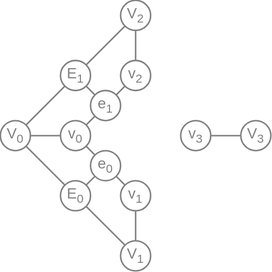
This is wiki/MeshGraphEdgesGraph.svg from YoanWithY/kayo, a draw.io export, as it was before one commit. Source tidied: cells renumbered, new cells last; positions are measured from the earlier drawing's top-left corner, leaving out a move shared by most shapes.
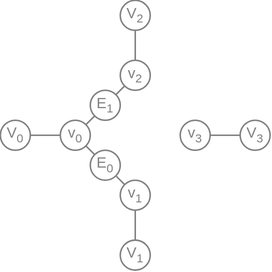
After the commit.

The edit, as a diff of the source:
```diff
@@ -5,13 +5,10 @@
     <mxCell id="2" style="edgeStyle=none;html=1;endArrow=none;endFill=0;strokeColor=#808080;" parent="1" edge="1" source="4" target="6">
       <mxGeometry relative="1" as="geometry" />
     </mxCell>
-    <mxCell id="3" style="edgeStyle=none;shape=connector;rounded=1;html=1;labelBackgroundColor=default;strokeColor=#808080;fontFamily=Helvetica;fontSize=11;fontColor=default;endArrow=none;endFill=0;" parent="1" edge="1" source="4" target="17">
-      <mxGeometry relative="1" as="geometry" />
-    </mxCell>
     <mxCell id="4" value="V&lt;sub style=&quot;&quot;&gt;&lt;font style=&quot;font-size: 8px;&quot;&gt;0&lt;/font&gt;&lt;/sub&gt;" style="ellipse;whiteSpace=wrap;html=1;fontSize=10;fillColor=none;strokeColor=#808080;fontColor=#808080;" parent="1" vertex="1">
       <mxGeometry y="80" width="20" height="20" as="geometry" />
     </mxCell>
-    <mxCell id="5" style="edgeStyle=none;shape=connector;rounded=1;html=1;labelBackgroundColor=default;strokeColor=#808080;fontFamily=Helvetica;fontSize=11;fontColor=default;endArrow=none;endFill=0;" parent="1" edge="1" source="6" target="27">
+    <mxCell id="5" style="edgeStyle=none;shape=connector;rounded=1;html=1;labelBackgroundColor=default;strokeColor=#808080;fontFamily=Helvetica;fontSize=11;fontColor=default;endArrow=none;endFill=0;" parent="1" edge="1" source="6" target="17">
       <mxGeometry relative="1" as="geometry" />
     </mxCell>
     <mxCell id="6" value="v&lt;sub style=&quot;&quot;&gt;&lt;font style=&quot;font-size: 8px;&quot;&gt;0&lt;/font&gt;&lt;/sub&gt;" style="ellipse;whiteSpace=wrap;html=1;fontSize=10;fillColor=none;strokeColor=#808080;fontColor=#808080;" parent="1" vertex="1">
@@ -20,9 +17,6 @@
     <mxCell id="7" style="edgeStyle=none;html=1;endArrow=none;endFill=0;strokeColor=#808080;" parent="1" edge="1" source="9" target="10">
       <mxGeometry relative="1" as="geometry" />
     </mxCell>
-    <mxCell id="8" style="edgeStyle=none;shape=connector;rounded=1;html=1;labelBackgroundColor=default;strokeColor=#808080;fontFamily=Helvetica;fontSize=11;fontColor=default;endArrow=none;endFill=0;" parent="1" edge="1" source="9" target="17">
-      <mxGeometry relative="1" as="geometry" />
-    </mxCell>
     <mxCell id="9" value="V&lt;sub style=&quot;&quot;&gt;&lt;font style=&quot;font-size: 8px;&quot;&gt;1&lt;/font&gt;&lt;/sub&gt;" style="ellipse;whiteSpace=wrap;html=1;fontSize=10;fillColor=none;strokeColor=#808080;fontColor=#808080;" parent="1" vertex="1">
       <mxGeometry x="80" y="160" width="20" height="20" as="geometry" />
     </mxCell>
@@ -48,37 +42,19 @@
       <mxGeometry x="120" y="80" width="20" height="20" as="geometry" />
     </mxCell>
     <mxCell id="17" value="E&lt;sub style=&quot;&quot;&gt;&lt;font style=&quot;font-size: 8px;&quot;&gt;0&lt;/font&gt;&lt;/sub&gt;" style="ellipse;whiteSpace=wrap;html=1;fontSize=10;fillColor=none;strokeColor=#808080;fontColor=#808080;" parent="1" vertex="1">
-      <mxGeometry x="40" y="120" width="20" height="20" as="geometry" />
+      <mxGeometry x="60" y="100" width="20" height="20" as="geometry" />
     </mxCell>
-    <mxCell id="18" style="edgeStyle=none;shape=connector;rounded=1;html=1;labelBackgroundColor=default;strokeColor=#808080;fontFamily=Helvetica;fontSize=11;fontColor=default;endArrow=none;endFill=0;" parent="1" edge="1" source="20" target="4">
-      <mxGeometry relative="1" as="geometry" />
-    </mxCell>
-    <mxCell id="19" style="edgeStyle=none;shape=connector;rounded=1;html=1;labelBackgroundColor=default;strokeColor=#808080;fontFamily=Helvetica;fontSize=11;fontColor=default;endArrow=none;endFill=0;" parent="1" edge="1" source="20" target="12">
-      <mxGeometry relative="1" as="geometry" />
-    </mxCell>
     <mxCell id="20" value="E&lt;sub style=&quot;&quot;&gt;&lt;font style=&quot;font-size: 8px;&quot;&gt;1&lt;/font&gt;&lt;/sub&gt;" style="ellipse;whiteSpace=wrap;html=1;fontSize=10;fillColor=none;strokeColor=#808080;fontColor=#808080;" parent="1" vertex="1">
-      <mxGeometry x="40" y="40" width="20" height="20" as="geometry" />
+      <mxGeometry x="60" y="60" width="20" height="20" as="geometry" />
     </mxCell>
-    <mxCell id="21" style="edgeStyle=none;shape=connector;rounded=1;html=1;labelBackgroundColor=default;strokeColor=#808080;fontFamily=Helvetica;fontSize=11;fontColor=default;endArrow=none;endFill=0;" parent="1" edge="1" source="24" target="6">
+    <mxCell id="21" style="edgeStyle=none;shape=connector;rounded=1;html=1;labelBackgroundColor=default;strokeColor=#808080;fontFamily=Helvetica;fontSize=11;fontColor=default;endArrow=none;endFill=0;" parent="1" edge="1" source="20" target="6">
       <mxGeometry relative="1" as="geometry" />
     </mxCell>
-    <mxCell id="22" style="edgeStyle=none;shape=connector;rounded=1;html=1;labelBackgroundColor=default;strokeColor=#808080;fontFamily=Helvetica;fontSize=11;fontColor=default;endArrow=none;endFill=0;" parent="1" edge="1" source="24" target="13">
+    <mxCell id="22" style="edgeStyle=none;shape=connector;rounded=1;html=1;labelBackgroundColor=default;strokeColor=#808080;fontFamily=Helvetica;fontSize=11;fontColor=default;endArrow=none;endFill=0;" parent="1" edge="1" source="20" target="13">
       <mxGeometry relative="1" as="geometry" />
     </mxCell>
-    <mxCell id="23" style="edgeStyle=none;shape=connector;rounded=1;html=1;labelBackgroundColor=default;strokeColor=#808080;fontFamily=Helvetica;fontSize=11;fontColor=default;endArrow=none;endFill=0;" parent="1" edge="1" source="24" target="20">
-      <mxGeometry relative="1" as="geometry" />
-    </mxCell>
-    <mxCell id="24" value="e&lt;sub style=&quot;&quot;&gt;&lt;font style=&quot;font-size: 8px;&quot;&gt;1&lt;/font&gt;&lt;/sub&gt;" style="ellipse;whiteSpace=wrap;html=1;fontSize=10;fillColor=none;strokeColor=#808080;fontColor=#808080;" parent="1" vertex="1">
-      <mxGeometry x="60" y="60" width="20" height="20" as="geometry" />
-    </mxCell>
-    <mxCell id="25" style="edgeStyle=none;shape=connector;rounded=1;html=1;labelBackgroundColor=default;strokeColor=#808080;fontFamily=Helvetica;fontSize=11;fontColor=default;endArrow=none;endFill=0;" parent="1" edge="1" source="27" target="10">
+    <mxCell id="25" style="edgeStyle=none;shape=connector;rounded=1;html=1;labelBackgroundColor=default;strokeColor=#808080;fontFamily=Helvetica;fontSize=11;fontColor=default;endArrow=none;endFill=0;" parent="1" edge="1" source="17" target="10">
       <mxGeometry relative="1" as="geometry" />
     </mxCell>
-    <mxCell id="26" style="edgeStyle=none;shape=connector;rounded=1;html=1;labelBackgroundColor=default;strokeColor=#808080;fontFamily=Helvetica;fontSize=11;fontColor=default;endArrow=none;endFill=0;" parent="1" edge="1" source="27" target="17">
-      <mxGeometry relative="1" as="geometry" />
-    </mxCell>
-    <mxCell id="27" value="e&lt;sub style=&quot;&quot;&gt;&lt;font style=&quot;font-size: 8px;&quot;&gt;0&lt;/font&gt;&lt;/sub&gt;" style="ellipse;whiteSpace=wrap;html=1;fontSize=10;fillColor=none;strokeColor=#808080;fontColor=#808080;" parent="1" vertex="1">
-      <mxGeometry x="60" y="100" width="20" height="20" as="geometry" />
-    </mxCell>
   </root>
 </mxGraphModel>
```
